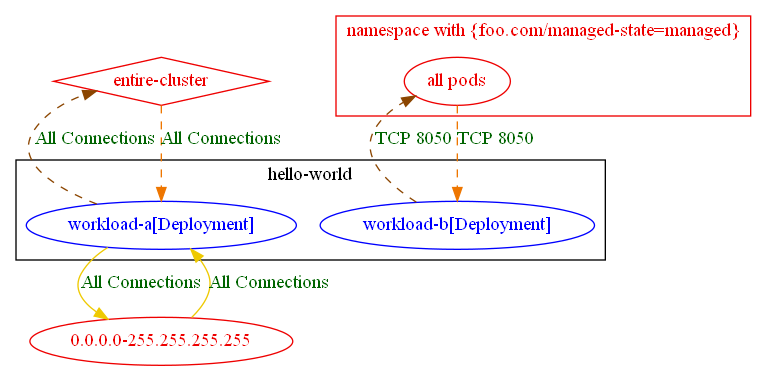
Above: test_outputs/connlist/exposure_test_pod_exposed_only_to_representative_peers_connlist_output.dot.png in np-guard/netpol-analyzer (Graphviz), before the change. Its source is kept beside it as test_outputs/connlist/exposure_test_pod_exposed_only_to_representative_peers_connlist_output.dot.
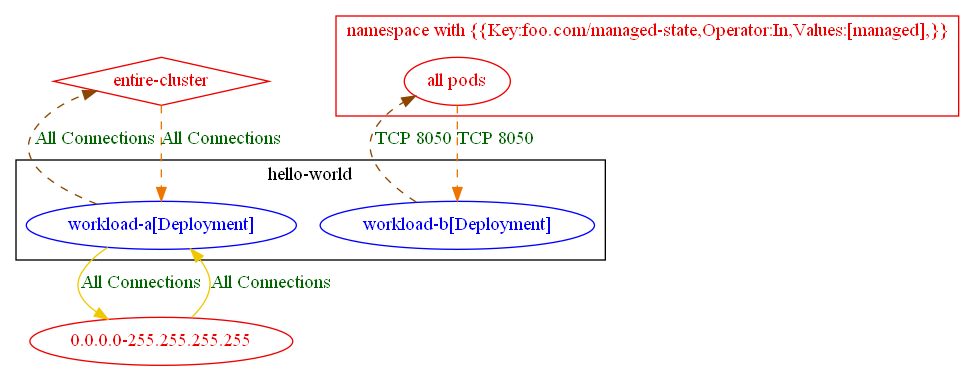
The same file after the commit.

Change to the diagram source:
```diff
@@ -6,18 +6,18 @@
 		"hello-world/workload-b[Deployment]" [label="workload-b[Deployment]" color="blue" fontcolor="blue"]
 		label="hello-world"
 	}
-	subgraph "cluster_namespace with {foo.com/managed_state=managed}" {
+	subgraph "cluster_namespace with {{Key:foo.com/managed_state,Operator:In,Values:[managed],}}" {
 		color="red2"
 		fontcolor="red2"
-		"all pods_in_namespace with {foo.com/managed-state=managed}" [label="all pods" color="red2" fontcolor="red2"]
-		label="namespace with {foo.com/managed-state=managed}"
+		"all pods_in_namespace with {{Key:foo.com/managed-state,Operator:In,Values:[managed],}}" [label="all pods" color="red2" fontcolor="red2"]
+		label="namespace with {{Key:foo.com/managed-state,Operator:In,Values:[managed],}}"
 	}
 	"0.0.0.0-255.255.255.255" [label="0.0.0.0-255.255.255.255" color="red2" fontcolor="red2"]
 	"entire-cluster" [label="entire-cluster" color="red2" fontcolor="red2" shape=diamond]
 	"0.0.0.0-255.255.255.255" -> "hello-world/workload-a[Deployment]" [label="All Connections" color="gold2" fontcolor="darkgreen"]
-	"all pods_in_namespace with {foo.com/managed-state=managed}" -> "hello-world/workload-b[Deployment]" [label="TCP 8050" color="darkorange2" fontcolor="darkgreen" weight=1 style=dashed]
+	"all pods_in_namespace with {{Key:foo.com/managed-state,Operator:In,Values:[managed],}}" -> "hello-world/workload-b[Deployment]" [label="TCP 8050" color="darkorange2" fontcolor="darkgreen" weight=1 style=dashed]
 	"entire-cluster" -> "hello-world/workload-a[Deployment]" [label="All Connections" color="darkorange2" fontcolor="darkgreen" weight=1 style=dashed]
 	"hello-world/workload-a[Deployment]" -> "0.0.0.0-255.255.255.255" [label="All Connections" color="gold2" fontcolor="darkgreen"]
 	"hello-world/workload-a[Deployment]" -> "entire-cluster" [label="All Connections" color="darkorange4" fontcolor="darkgreen" weight=0.5 style=dashed]
-	"hello-world/workload-b[Deployment]" -> "all pods_in_namespace with {foo.com/managed-state=managed}" [label="TCP 8050" color="darkorange4" fontcolor="darkgreen" weight=0.5 style=dashed]
+	"hello-world/workload-b[Deployment]" -> "all pods_in_namespace with {{Key:foo.com/managed-state,Operator:In,Values:[managed],}}" [label="TCP 8050" color="darkorange4" fontcolor="darkgreen" weight=0.5 style=dashed]
 }
```
